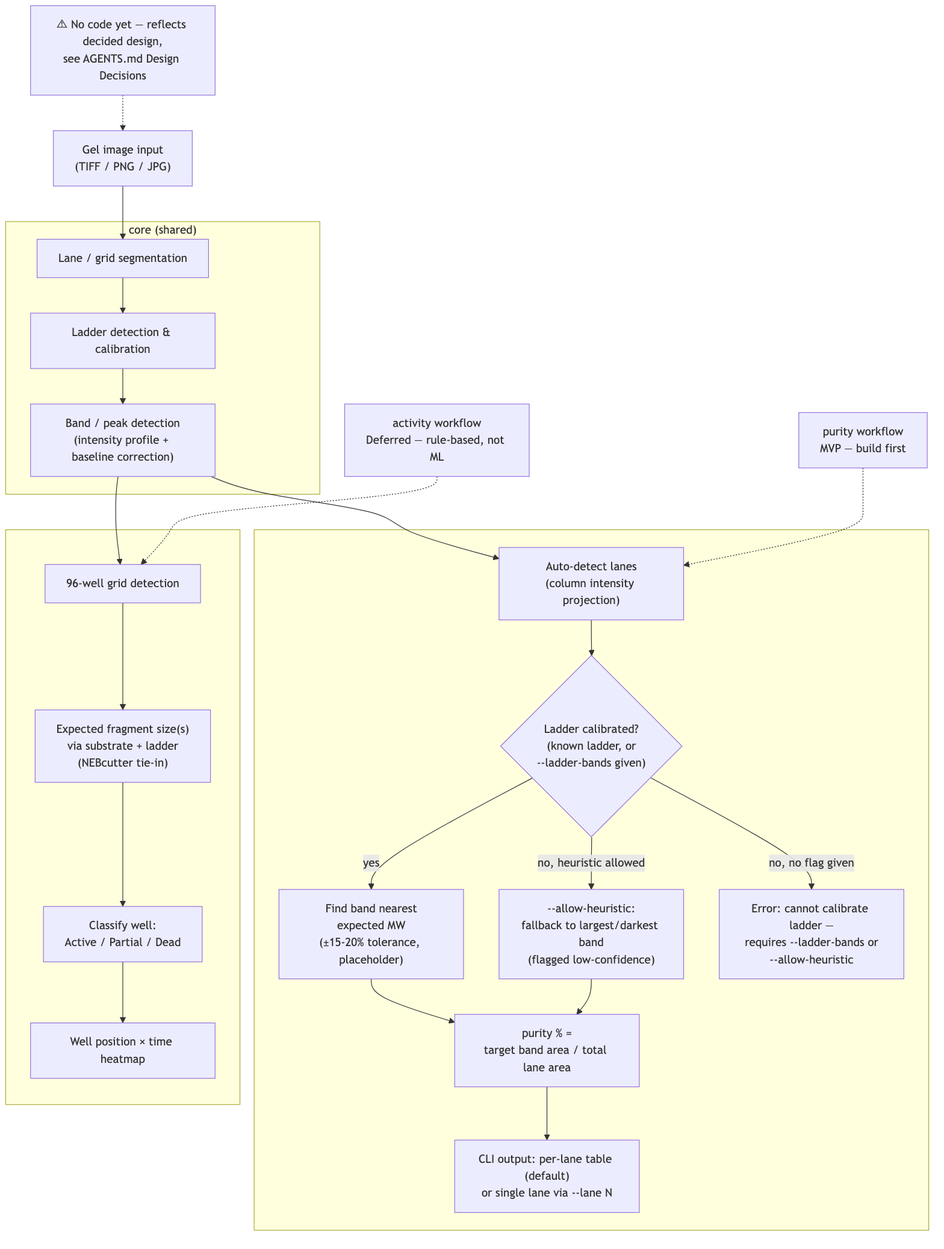
Before: diagrams/program-flow.png, a diagram exported from Mermaid (nebiolabs/gel-image-extractor). Its source is kept beside it as diagrams/program-flow.mmd.
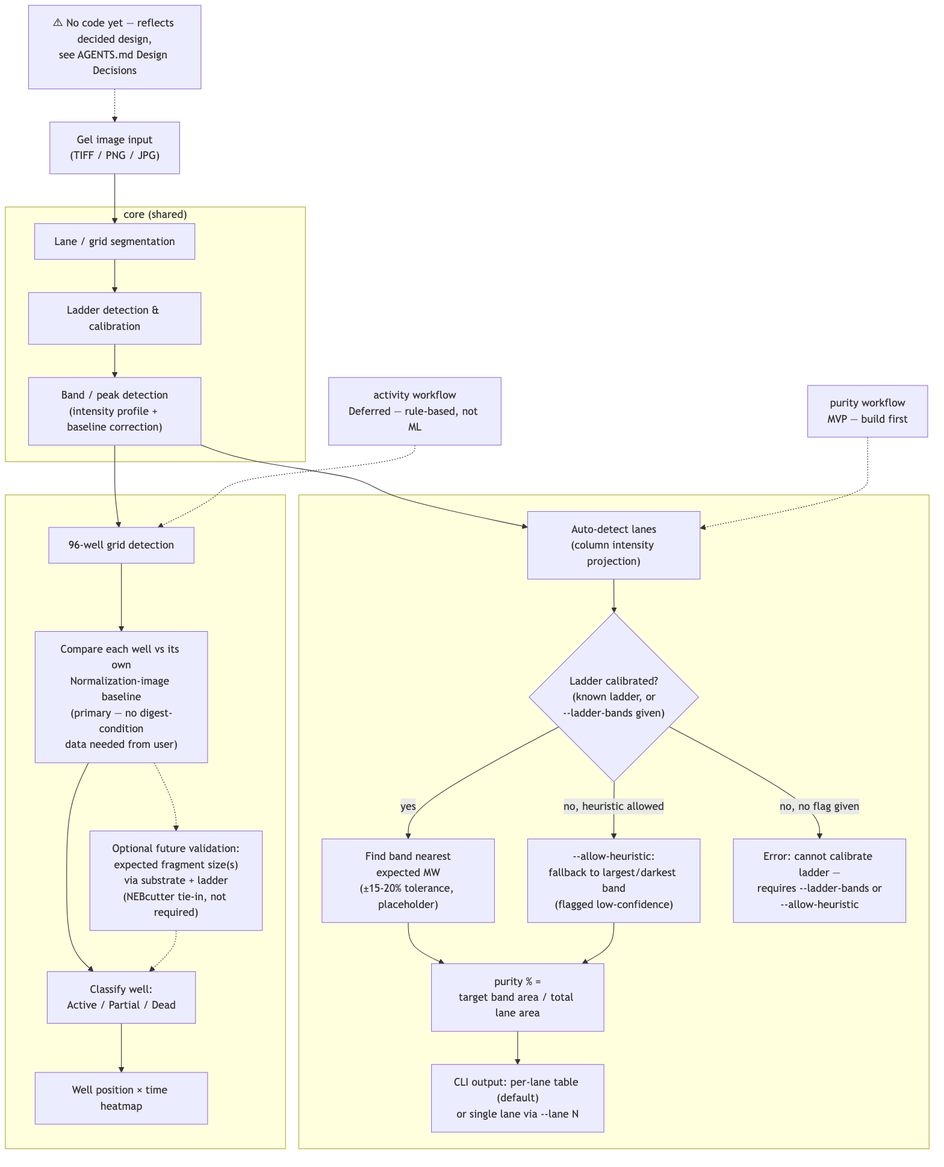
The same file after the commit.

The edit, as a diff of the source:
```diff
@@ -24,7 +24,8 @@
     ActivityLabel["activity workflow<br/>Deferred — rule-based, not ML"]
     subgraph ActivityWF[" "]
         GridDet["96-well grid detection"]
-        ExpectedFrag["Expected fragment size(s)<br/>via substrate + ladder<br/>(NEBcutter tie-in)"]
+        Baseline["Compare each well vs its own<br/>Normalization-image baseline<br/>(primary — no digest-condition<br/>data needed from user)"]
+        ExpectedFrag["Optional future validation:<br/>expected fragment size(s)<br/>via substrate + ladder<br/>(NEBcutter tie-in, not required)"]
         Classify["Classify well:<br/>Active / Partial / Dead"]
         Heatmap["Well position × time heatmap"]
     end
@@ -41,4 +42,5 @@
     LadderCal -- "no, heuristic allowed" --> Heuristic --> PurityCalc
     LadderCal -- "no, no flag given" --> ErrorOut
     PurityCalc --> PurityOut
-    GridDet --> ExpectedFrag --> Classify --> Heatmap
+    GridDet --> Baseline --> Classify --> Heatmap
+    Baseline -.-> ExpectedFrag -.-> Classify
```
